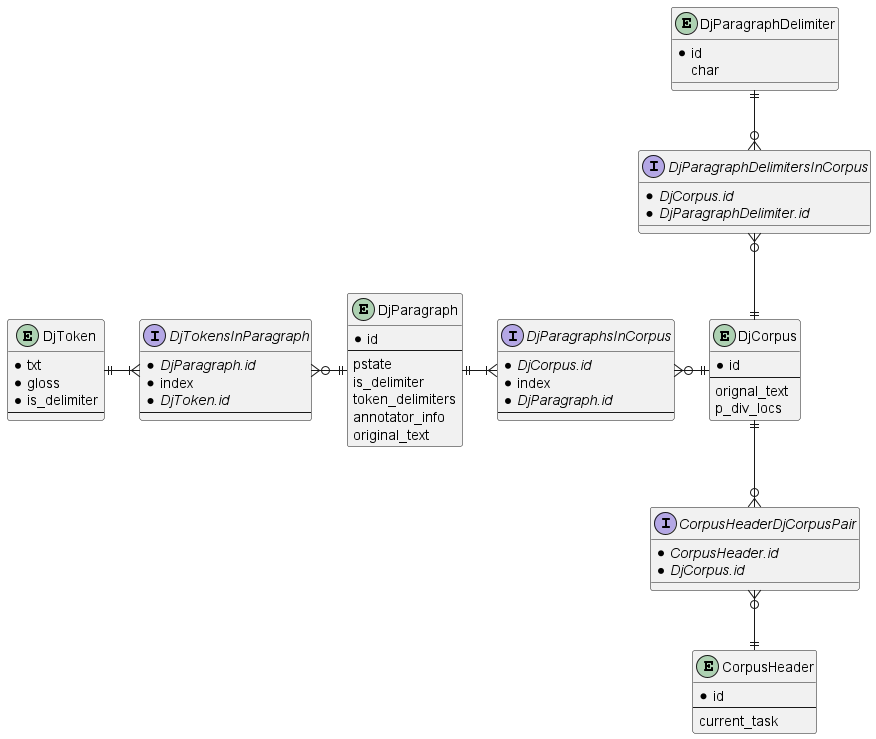
Before: docs/design/images/er_dj_serializables.png, a diagram exported from PlantUML (parkchamchi/GlossySnake).
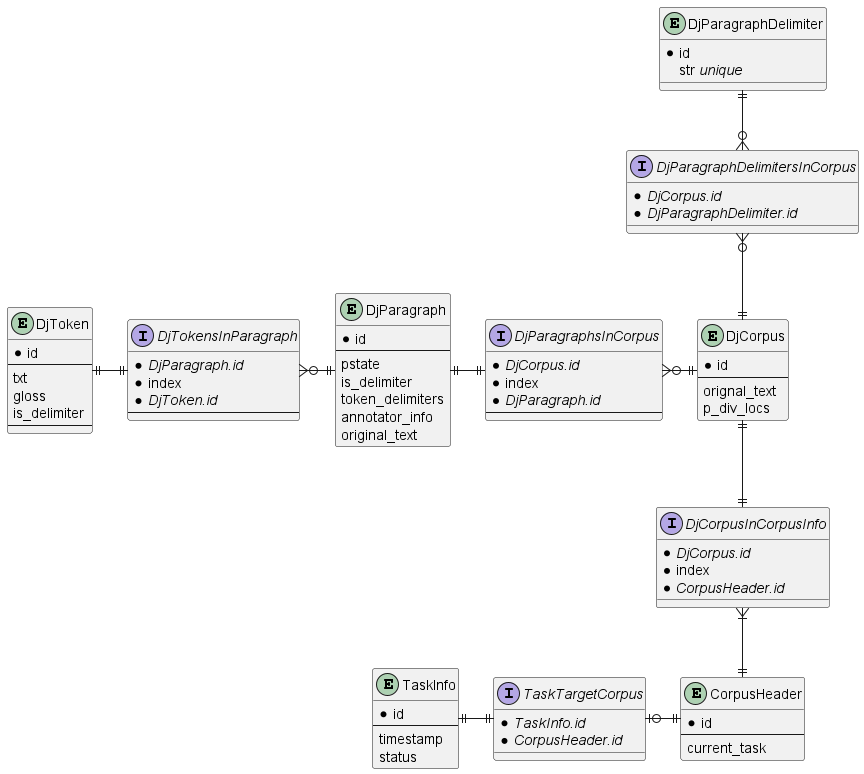
Above is the later version.

The edit, as a diff of the source:
```diff
@@ -1,9 +1,11 @@
 @startuml
 
 entity DjToken {
-	* txt
-	* gloss
-	* is_delimiter
+	* id
+	--
+	txt
+	gloss
+	is_delimiter
 	--
 }
 
@@ -23,7 +25,7 @@
 	* //DjToken.id//
 	--
 }
-DjToken ||-right-|{ DjTokensInParagraph
+DjToken ||-right-|| DjTokensInParagraph
 DjTokensInParagraph }o-right-|| DjParagraph
 
 entity DjCorpus {
@@ -39,12 +41,12 @@
 	* //DjParagraph.id//
 	--
 }
-DjParagraph ||-right-|{ DjParagraphsInCorpus
+DjParagraph ||-right-|| DjParagraphsInCorpus
 DjParagraphsInCorpus }o-right-|| DjCorpus
 
 entity DjParagraphDelimiter {
 	* id
-	char
+	str //unique//
 }
 
 interface DjParagraphDelimitersInCorpus {
@@ -60,13 +62,26 @@
 	current_task
 }
 
-interface CorpusHeaderDjCorpusPair {
+interface DjCorpusInCorpusInfo {
+	* //DjCorpus.id//
+	* index
 	* //CorpusHeader.id//
-	* //DjCorpus.id//
 }
-CorpusHeader ||-up-o{ CorpusHeaderDjCorpusPair
-CorpusHeaderDjCorpusPair }o-up-|| DjCorpus
+DjCorpus ||-down-|| DjCorpusInCorpusInfo
+DjCorpusInCorpusInfo }|-down-|| CorpusHeader
 
+entity TaskInfo {
+	* id
+	--
+	timestamp
+	status
+}
 
+interface TaskTargetCorpus {
+	* //TaskInfo.id//
+	* //CorpusHeader.id//
+}
+CorpusHeader ||-left-o| TaskTargetCorpus
+TaskTargetCorpus ||-left-|| TaskInfo
 
 @enduml
```
